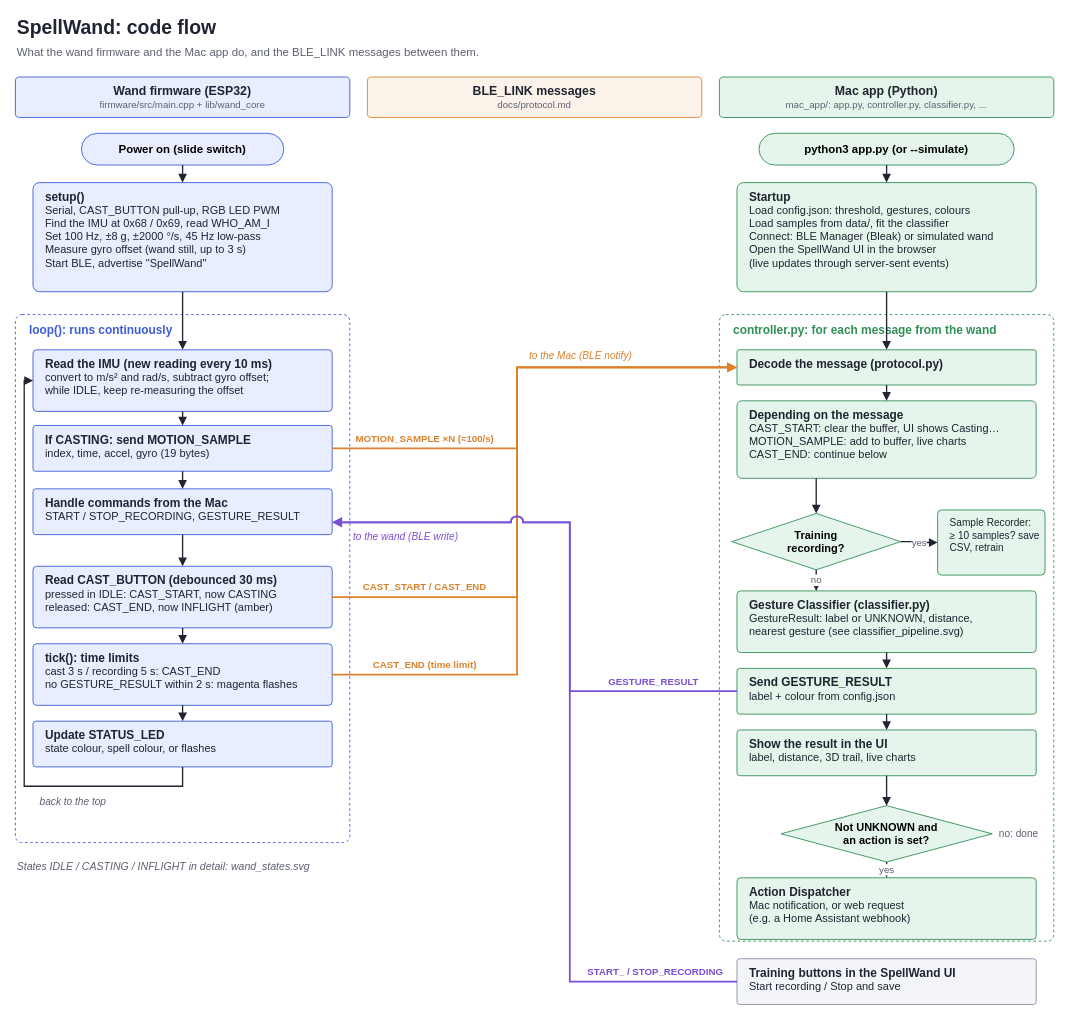
This is docs/diagrams/code_flowchart.drawio from benjaminlinn1212/SpellWand, a draw.io file, before an edit. Source tidied: cells renumbered, new cells numbered last; positions are measured from the earlier drawing's top-left corner, leaving out a move shared by most shapes. Both pictures are drawn from the tidied source at 88%, with x=0, y=0 at pixel (15, 15).
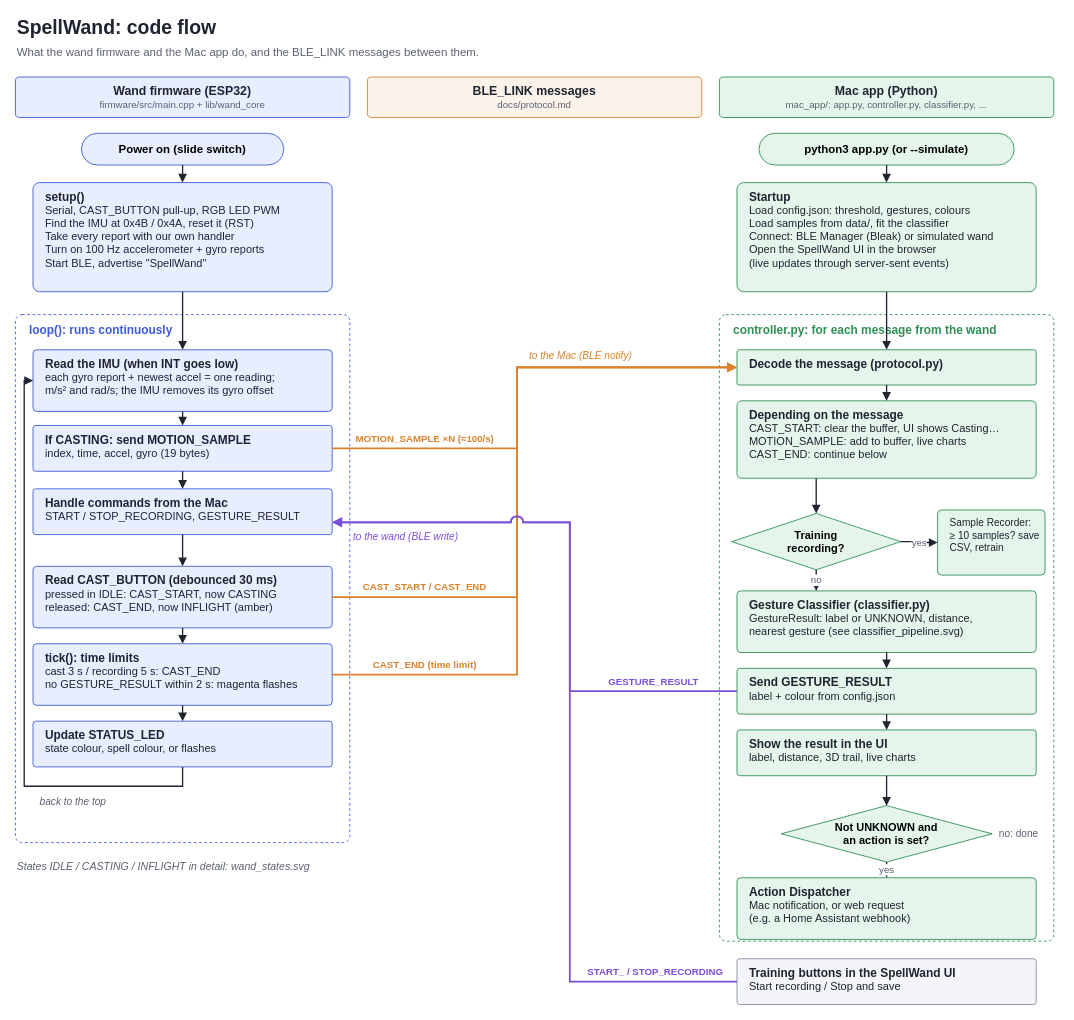
Above is the later version.

Diff of the diagram source:
```diff
@@
-    <mxCell id="10" value="&lt;b style='font-size:13.5px'&gt;setup()&lt;/b&gt;&lt;br&gt;Serial, CAST_BUTTON pull-up, RGB LED PWM&lt;br&gt;Find the IMU at 0x68 / 0x69, read WHO_AM_I&lt;br&gt;Set 100 Hz, ±8 g, ±2000 °/s, 45 Hz low-pass&lt;br&gt;Measure gyro offset (wand still, up to 3 s)&lt;br&gt;Start BLE, advertise &quot;SpellWand&quot;" style="rounded=1;arcSize=6;whiteSpace=wrap;html=1;fillColor=#e8eeff;strokeColor=#3d5bd9;align=left;verticalAlign=top;spacingLeft=12;spacingTop=2;fontSize=12.5;fontColor=#1f2430;" parent="1" vertex="1">
+    <mxCell id="10" value="&lt;b style='font-size:13.5px'&gt;setup()&lt;/b&gt;&lt;br&gt;Serial, CAST_BUTTON pull-up, RGB LED PWM&lt;br&gt;Find the IMU at 0x4B / 0x4A, reset it (RST)&lt;br&gt;Take every report with our own handler&lt;br&gt;Turn on 100 Hz accelerometer + gyro reports&lt;br&gt;Start BLE, advertise &quot;SpellWand&quot;" style="rounded=1;arcSize=6;whiteSpace=wrap;html=1;fillColor=#e8eeff;strokeColor=#3d5bd9;align=left;verticalAlign=top;spacingLeft=12;spacingTop=2;fontSize=12.5;fontColor=#1f2430;" parent="1" vertex="1">
       <mxGeometry x="20" y="190" width="340" height="124" as="geometry" />
     </mxCell>
@@
-    <mxCell id="12" value="&lt;b style='font-size:13.5px'&gt;Read the IMU (new reading every 10 ms)&lt;/b&gt;&lt;br&gt;convert to m/s² and rad/s, subtract gyro offset;&lt;br&gt;while IDLE, keep re-measuring the offset" style="rounded=1;arcSize=6;whiteSpace=wrap;html=1;fillColor=#e8eeff;strokeColor=#3d5bd9;align=left;verticalAlign=top;spacingLeft=12;spacingTop=2;fontSize=12.5;fontColor=#1f2430;" parent="1" vertex="1">
+    <mxCell id="12" value="&lt;b style='font-size:13.5px'&gt;Read the IMU (when INT goes low)&lt;/b&gt;&lt;br&gt;each gyro report + newest accel = one reading;&lt;br&gt;m/s² and rad/s; the IMU removes its gyro offset" style="rounded=1;arcSize=6;whiteSpace=wrap;html=1;fillColor=#e8eeff;strokeColor=#3d5bd9;align=left;verticalAlign=top;spacingLeft=12;spacingTop=2;fontSize=12.5;fontColor=#1f2430;" parent="1" vertex="1">
       <mxGeometry x="20" y="380" width="340" height="70" as="geometry" />
     </mxCell>
```
